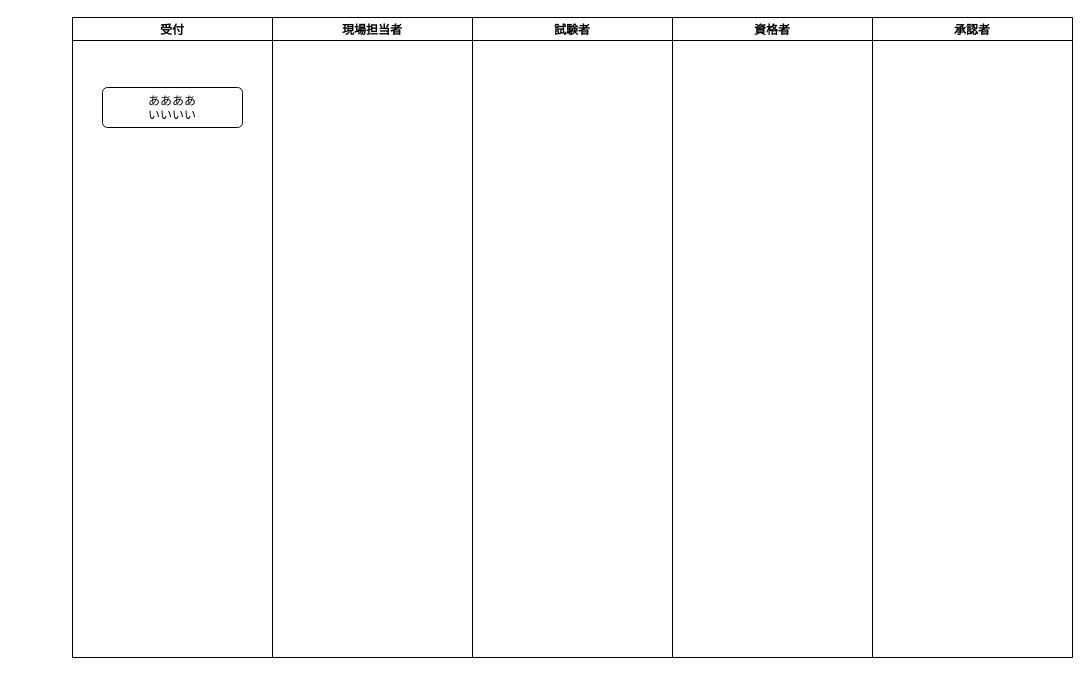
kaoru387/draw.io keeps this draw.io diagram as page "フロー図" (3 of 5) of 試料分析システム.drawio. Above is the earlier version. Source tidied: cells renumbered, new cells numbered last; positions are measured from the earlier drawing's top-left corner, leaving out a move shared by most shapes. Both pictures are drawn from the tidied source at 100%, with x=0, y=0 at pixel (72, 17).
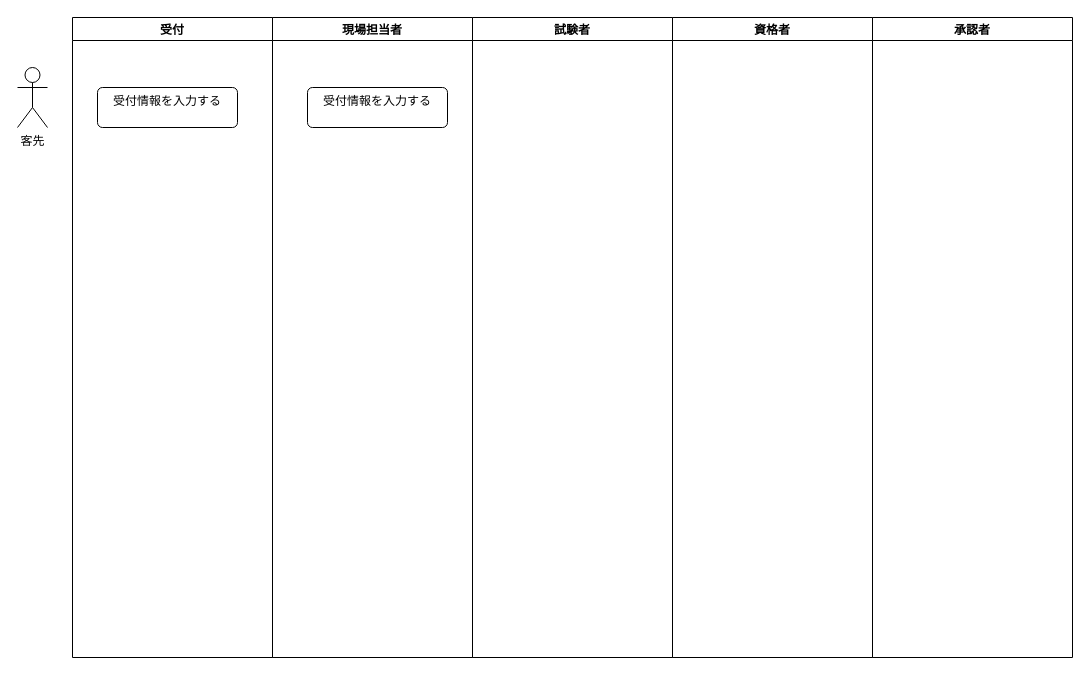
The same page after the edit.

Diff of the diagram source:
```diff
@@
 <mxGraphModel>
   <root>
     <mxCell id="0" />
     <mxCell id="1" parent="0" />
     <mxCell id="2" value="受付" style="swimlane;" parent="1" vertex="1">
       <mxGeometry width="200" height="640" as="geometry" />
     </mxCell>
-    <mxCell id="3" value="ああああ&lt;br&gt;いいいい" style="html=1;align=center;verticalAlign=top;rounded=1;absoluteArcSize=1;arcSize=10;dashed=0;whiteSpace=wrap;" parent="2" vertex="1">
-      <mxGeometry x="30" y="70" width="140" height="40" as="geometry" />
+    <mxCell id="3" value="受付情報を入力する" style="html=1;align=center;verticalAlign=top;rounded=1;absoluteArcSize=1;arcSize=10;dashed=0;whiteSpace=wrap;" parent="2" vertex="1">
+      <mxGeometry x="25" y="70" width="140" height="40" as="geometry" />
     </mxCell>
     <mxCell id="4" value="現場担当者" style="swimlane;" parent="1" vertex="1">
       <mxGeometry x="200" width="200" height="640" as="geometry" />
     </mxCell>
+    <mxCell id="8" value="受付情報を入力する" style="html=1;align=center;verticalAlign=top;rounded=1;absoluteArcSize=1;arcSize=10;dashed=0;whiteSpace=wrap;" parent="4" vertex="1">
+      <mxGeometry x="35" y="70" width="140" height="40" as="geometry" />
+    </mxCell>
     <mxCell id="5" value="試験者" style="swimlane;" parent="1" vertex="1">
       <mxGeometry x="400" width="200" height="640" as="geometry" />
     </mxCell>
     <mxCell id="6" value="資格者" style="swimlane;" parent="1" vertex="1">
       <mxGeometry x="600" width="200" height="640" as="geometry" />
     </mxCell>
     <mxCell id="7" value="承認者" style="swimlane;" parent="1" vertex="1">
       <mxGeometry x="800" width="200" height="640" as="geometry" />
     </mxCell>
+    <mxCell id="9" value="客先" style="shape=umlActor;verticalLabelPosition=bottom;verticalAlign=top;html=1;" parent="1" vertex="1">
+      <mxGeometry x="-55" y="50" width="30" height="60" as="geometry" />
+    </mxCell>
   </root>
 </mxGraphModel>
```
